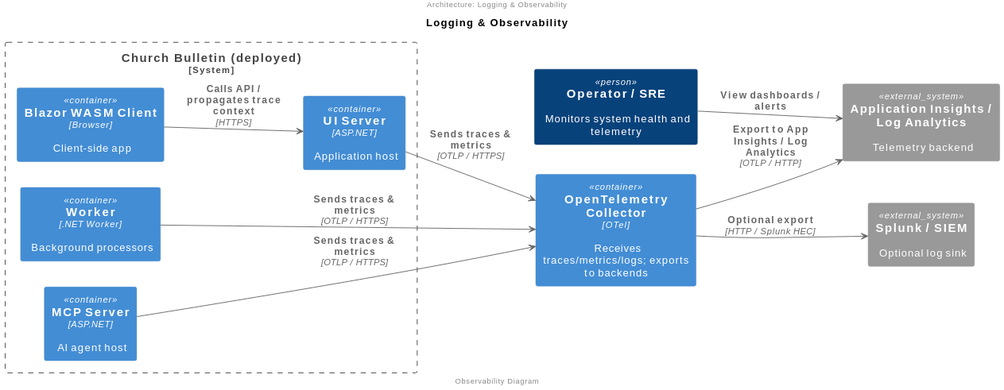
Before: arch/arch-logging-observability.svg, a diagram exported from PlantUML (ClearMeasureLabs/bootcamp-palermo-workorders). Its diagram source:
```plantuml
@startuml
scale 2/3
left to right direction
center header
    Architecture: Logging & Observability
endheader

!includeurl https://raw.githubusercontent.com/RicardoNiepel/C4-PlantUML/release/1-0/C4_Container.puml

title Logging & Observability

Person(ops, "Operator / SRE", "Monitors system health and telemetry")

System_Boundary(system, "Church Bulletin (deployed)") {
    Container(ui, "Blazor WASM Client", "Browser", "Client-side app")
    Container(server, "UI Server", "ASP.NET", "Application host")
    Container(worker, "Worker", ".NET Worker", "Background processors")
    Container(mcp, "MCP Server", "ASP.NET", "AI agent host")
}

Container(otelCollector, "OpenTelemetry Collector", "OTel", "Receives traces/metrics/logs; exports to backends")
System_Ext(appInsights, "Application Insights / Log Analytics", "Telemetry backend")
System_Ext(splunk, "Splunk / SIEM", "Optional log sink")

Rel(server, otelCollector, "Sends traces & metrics", "OTLP / HTTPS")
Rel(worker, otelCollector, "Sends traces & metrics", "OTLP / HTTPS")
Rel(mcp, otelCollector, "Sends traces & metrics", "OTLP / HTTPS")
Rel(ui, server, "Calls API / propagates trace context", "HTTPS")

Rel(otelCollector, appInsights, "Export to App Insights / Log Analytics", "OTLP / HTTP")
Rel(otelCollector, splunk, "Optional export", "HTTP / Splunk HEC")

Rel(ops, appInsights, "View dashboards / alerts")

center footer
    Observability Diagram
endfooter
@enduml
```
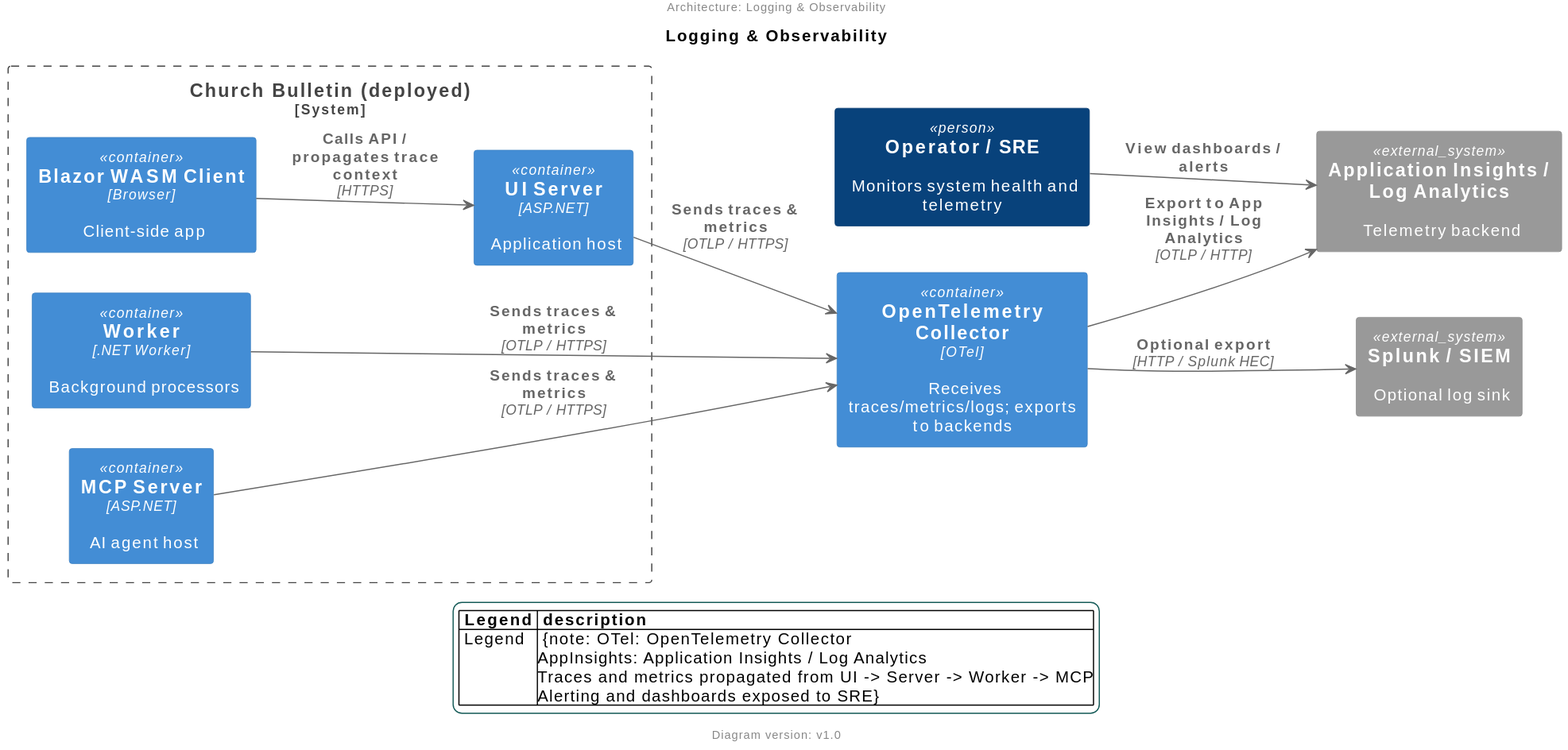
After the change.

The edit, as a diff of the source:
```diff
@@ -1,4 +1,6 @@
 @startuml
+!includeurl https://raw.githubusercontent.com/ClearMeasureLabs/bootcamp-palermo-workorders/docs/architecture-enhancements/arch/templates/plantuml-theme.puml
+
 scale 2/3
 left to right direction
 center header
@@ -32,7 +34,6 @@
 
 Rel(ops, appInsights, "View dashboards / alerts")
 
-center footer
-    Observability Diagram
-endfooter
+LEGEND("Legend","OTel: OpenTelemetry Collector\nAppInsights: Application Insights / Log Analytics\nTraces and metrics propagated from UI -> Server -> Worker -> MCP\nAlerting and dashboards exposed to SRE")
+FOOTER()
 @enduml
```
